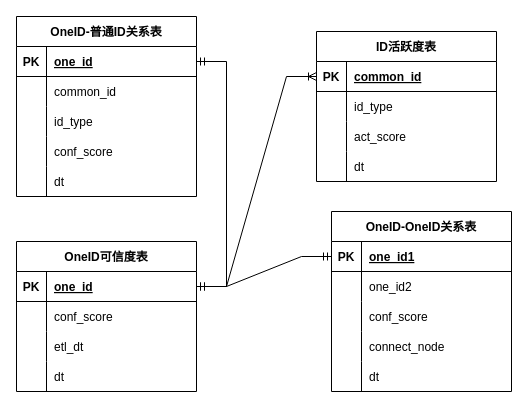
Earlier version of the draw.io diagram 未命名绘图.drawio (pjy12345611/-1). Source tidied: cells renumbered, new cells numbered last; positions are measured from the earlier drawing's top-left corner, leaving out a move shared by most shapes. Both pictures are drawn from the tidied source at 100%, with x=0, y=0 at pixel (16, 16).
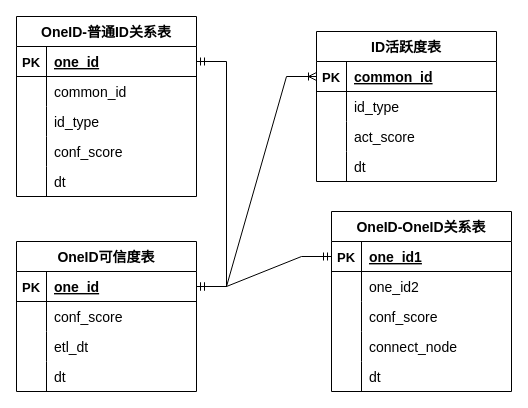
After the change.

Commit message:
更新未命名绘图.drawio

The change refers to these unchanged cells:
```xml
<mxCell id="3" style="shape=tableRow;horizontal=0;startSize=0;swimlaneHead=0;swimlaneBody=0;fillColor=none;points=[[0,0.5],[1,0.5]];portConstraint=eastwest;top=0;left=0;right=0;bottom=1;" parent="2" vertex="1">
  <mxGeometry y="30" width="180" height="30" as="geometry" />
</mxCell>
<mxCell id="6" style="shape=tableRow;horizontal=0;startSize=0;swimlaneHead=0;swimlaneBody=0;fillColor=none;top=0;left=0;right=0;bottom=0;" parent="2" vertex="1">
  <mxGeometry y="60" width="180" height="30" as="geometry" />
</mxCell>
<mxCell id="9" style="shape=tableRow;horizontal=0;startSize=0;swimlaneHead=0;swimlaneBody=0;fillColor=none;top=0;left=0;right=0;bottom=0;" parent="2" vertex="1">
  <mxGeometry y="90" width="180" height="30" as="geometry" />
</mxCell>
<mxCell id="12" style="shape=tableRow;horizontal=0;startSize=0;swimlaneHead=0;swimlaneBody=0;fillColor=none;top=0;left=0;right=0;bottom=0;" parent="2" vertex="1">
  <mxGeometry y="120" width="180" height="30" as="geometry" />
</mxCell>
<mxCell id="16" style="shape=tableRow;horizontal=0;startSize=0;swimlaneHead=0;swimlaneBody=0;fillColor=none;points=[[0,0.5],[1,0.5]];portConstraint=eastwest;top=0;left=0;right=0;bottom=1;" parent="15" vertex="1">
  <mxGeometry y="30" width="180" height="30" as="geometry" />
</mxCell>
<mxCell id="19" style="shape=tableRow;horizontal=0;startSize=0;swimlaneHead=0;swimlaneBody=0;fillColor=none;top=0;left=0;right=0;bottom=0;" parent="15" vertex="1">
  <mxGeometry y="60" width="180" height="30" as="geometry" />
</mxCell>
<mxCell id="22" style="shape=tableRow;horizontal=0;startSize=0;swimlaneHead=0;swimlaneBody=0;fillColor=none;top=0;left=0;right=0;bottom=0;" parent="15" vertex="1">
  <mxGeometry y="90" width="180" height="30" as="geometry" />
</mxCell>
<mxCell id="25" style="shape=tableRow;horizontal=0;startSize=0;swimlaneHead=0;swimlaneBody=0;fillColor=none;top=0;left=0;right=0;bottom=0;" parent="15" vertex="1">
  <mxGeometry y="120" width="180" height="30" as="geometry" />
</mxCell>
<mxCell id="29" style="shape=tableRow;horizontal=0;startSize=0;swimlaneHead=0;swimlaneBody=0;fillColor=none;points=[[0,0.5],[1,0.5]];portConstraint=eastwest;top=0;left=0;right=0;bottom=1;" parent="28" vertex="1">
  <mxGeometry y="30" width="180" height="30" as="geometry" />
</mxCell>
<mxCell id="32" style="shape=tableRow;horizontal=0;startSize=0;swimlaneHead=0;swimlaneBody=0;fillColor=none;top=0;left=0;right=0;bottom=0;" parent="28" vertex="1">
  <mxGeometry y="60" width="180" height="30" as="geometry" />
</mxCell>
<mxCell id="35" style="shape=tableRow;horizontal=0;startSize=0;swimlaneHead=0;swimlaneBody=0;fillColor=none;top=0;left=0;right=0;bottom=0;" parent="28" vertex="1">
  <mxGeometry y="90" width="180" height="30" as="geometry" />
</mxCell>
<mxCell id="38" style="shape=tableRow;horizontal=0;startSize=0;swimlaneHead=0;swimlaneBody=0;fillColor=none;top=0;left=0;right=0;bottom=0;" parent="28" vertex="1">
  <mxGeometry y="120" width="180" height="30" as="geometry" />
</mxCell>
<mxCell id="41" style="shape=tableRow;horizontal=0;startSize=0;swimlaneHead=0;swimlaneBody=0;fillColor=none;top=0;left=0;right=0;bottom=0;" parent="28" vertex="1">
  <mxGeometry y="150" width="180" height="30" as="geometry" />
</mxCell>
<mxCell id="45" style="shape=tableRow;horizontal=0;startSize=0;swimlaneHead=0;swimlaneBody=0;fillColor=none;points=[[0,0.5],[1,0.5]];portConstraint=eastwest;top=0;left=0;right=0;bottom=1;" parent="44" vertex="1">
  <mxGeometry y="30" width="180" height="30" as="geometry" />
</mxCell>
<mxCell id="48" style="shape=tableRow;horizontal=0;startSize=0;swimlaneHead=0;swimlaneBody=0;fillColor=none;top=0;left=0;right=0;bottom=0;" parent="44" vertex="1">
  <mxGeometry y="60" width="180" height="30" as="geometry" />
</mxCell>
<mxCell id="51" style="shape=tableRow;horizontal=0;startSize=0;swimlaneHead=0;swimlaneBody=0;fillColor=none;top=0;left=0;right=0;bottom=0;" parent="44" vertex="1">
  <mxGeometry y="90" width="180" height="30" as="geometry" />
</mxCell>
<mxCell id="54" style="shape=tableRow;horizontal=0;startSize=0;swimlaneHead=0;swimlaneBody=0;fillColor=none;top=0;left=0;right=0;bottom=0;" parent="44" vertex="1">
  <mxGeometry y="120" width="180" height="30" as="geometry" />
</mxCell>
<mxCell id="57" style="shape=tableRow;horizontal=0;startSize=0;swimlaneHead=0;swimlaneBody=0;fillColor=none;top=0;left=0;right=0;bottom=0;" parent="44" vertex="1">
  <mxGeometry y="150" width="180" height="30" as="geometry" />
</mxCell>
```

What changed in the source:
```diff
@@
-    <mxCell id="2" value="OneID可信度表" style="shape=table;startSize=30;childLayout=tableLayout;rowLines=0;fontStyle=1;align=center;" parent="1" vertex="1">
+    <mxCell id="2" value="OneID可信度表" style="shape=table;startSize=30;childLayout=tableLayout;rowLines=0;fontStyle=1;align=center;fontSize=14;" parent="1" vertex="1">
       <mxGeometry y="225" width="180" height="150" as="geometry" />
     </mxCell>
@@
-    <mxCell id="4" value="PK" style="shape=partialRectangle;fillColor=none;top=0;left=0;bottom=0;right=0;fontStyle=1;overflow=hidden;" parent="3" vertex="1">
+    <mxCell id="4" value="PK" style="shape=partialRectangle;fillColor=none;top=0;left=0;bottom=0;right=0;fontStyle=1;overflow=hidden;fontSize=13;" parent="3" vertex="1">
       <mxGeometry width="30" height="30" as="geometry" />
     </mxCell>
-    <mxCell id="5" value="one_id" style="shape=partialRectangle;fillColor=none;top=0;left=0;bottom=0;right=0;align=left;spacingLeft=6;fontStyle=5;overflow=hidden;" parent="3" vertex="1">
+    <mxCell id="5" value="one_id" style="shape=partialRectangle;fillColor=none;top=0;left=0;bottom=0;right=0;align=left;spacingLeft=6;fontStyle=5;overflow=hidden;fontSize=14;" parent="3" vertex="1">
       <mxGeometry x="30" width="150" height="30" as="geometry" />
     </mxCell>
@@
-    <mxCell id="8" value="conf_score" style="shape=partialRectangle;fillColor=none;top=0;left=0;bottom=0;right=0;align=left;spacingLeft=6;overflow=hidden;" parent="6" vertex="1">
+    <mxCell id="8" value="conf_score" style="shape=partialRectangle;fillColor=none;top=0;left=0;bottom=0;right=0;align=left;spacingLeft=6;overflow=hidden;fontSize=14;" parent="6" vertex="1">
       <mxGeometry x="30" width="150" height="30" as="geometry" />
     </mxCell>
@@
-    <mxCell id="11" value="etl_dt" style="shape=partialRectangle;fillColor=none;top=0;left=0;bottom=0;right=0;align=left;spacingLeft=6;overflow=hidden;" parent="9" vertex="1">
+    <mxCell id="11" value="etl_dt" style="shape=partialRectangle;fillColor=none;top=0;left=0;bottom=0;right=0;align=left;spacingLeft=6;overflow=hidden;fontSize=14;" parent="9" vertex="1">
       <mxGeometry x="30" width="150" height="30" as="geometry" />
     </mxCell>
@@
-    <mxCell id="14" value="dt" style="shape=partialRectangle;fillColor=none;top=0;left=0;bottom=0;right=0;align=left;spacingLeft=6;overflow=hidden;" parent="12" vertex="1">
+    <mxCell id="14" value="dt" style="shape=partialRectangle;fillColor=none;top=0;left=0;bottom=0;right=0;align=left;spacingLeft=6;overflow=hidden;fontSize=14;" parent="12" vertex="1">
       <mxGeometry x="30" width="150" height="30" as="geometry" />
     </mxCell>
-    <mxCell id="15" value="ID活跃度表" style="shape=table;startSize=30;childLayout=tableLayout;rowLines=0;fontStyle=1;align=center;" parent="1" vertex="1">
+    <mxCell id="15" value="ID活跃度表" style="shape=table;startSize=30;childLayout=tableLayout;rowLines=0;fontStyle=1;align=center;fontSize=14;" parent="1" vertex="1">
       <mxGeometry x="300" y="15" width="180" height="150" as="geometry" />
     </mxCell>
@@
-    <mxCell id="17" value="PK" style="shape=partialRectangle;fillColor=none;top=0;left=0;bottom=0;right=0;fontStyle=1;overflow=hidden;" parent="16" vertex="1">
+    <mxCell id="17" value="PK" style="shape=partialRectangle;fillColor=none;top=0;left=0;bottom=0;right=0;fontStyle=1;overflow=hidden;fontSize=13;" parent="16" vertex="1">
       <mxGeometry width="30" height="30" as="geometry" />
     </mxCell>
-    <mxCell id="18" value="common_id" style="shape=partialRectangle;fillColor=none;top=0;left=0;bottom=0;right=0;align=left;spacingLeft=6;fontStyle=5;overflow=hidden;" parent="16" vertex="1">
+    <mxCell id="18" value="common_id" style="shape=partialRectangle;fillColor=none;top=0;left=0;bottom=0;right=0;align=left;spacingLeft=6;fontStyle=5;overflow=hidden;fontSize=14;" parent="16" vertex="1">
       <mxGeometry x="30" width="150" height="30" as="geometry" />
     </mxCell>
@@
-    <mxCell id="21" value="id_type" style="shape=partialRectangle;fillColor=none;top=0;left=0;bottom=0;right=0;align=left;spacingLeft=6;overflow=hidden;" parent="19" vertex="1">
+    <mxCell id="21" value="id_type" style="shape=partialRectangle;fillColor=none;top=0;left=0;bottom=0;right=0;align=left;spacingLeft=6;overflow=hidden;fontSize=14;" parent="19" vertex="1">
       <mxGeometry x="30" width="150" height="30" as="geometry" />
     </mxCell>
@@
-    <mxCell id="24" value="act_score" style="shape=partialRectangle;fillColor=none;top=0;left=0;bottom=0;right=0;align=left;spacingLeft=6;overflow=hidden;" parent="22" vertex="1">
+    <mxCell id="24" value="act_score" style="shape=partialRectangle;fillColor=none;top=0;left=0;bottom=0;right=0;align=left;spacingLeft=6;overflow=hidden;fontSize=14;" parent="22" vertex="1">
       <mxGeometry x="30" width="150" height="30" as="geometry" />
     </mxCell>
@@
-    <mxCell id="27" value="dt" style="shape=partialRectangle;fillColor=none;top=0;left=0;bottom=0;right=0;align=left;spacingLeft=6;overflow=hidden;" parent="25" vertex="1">
+    <mxCell id="27" value="dt" style="shape=partialRectangle;fillColor=none;top=0;left=0;bottom=0;right=0;align=left;spacingLeft=6;overflow=hidden;fontSize=14;" parent="25" vertex="1">
       <mxGeometry x="30" width="150" height="30" as="geometry" />
     </mxCell>
-    <mxCell id="28" value="OneID-OneID关系表" style="shape=table;startSize=30;childLayout=tableLayout;rowLines=0;fontStyle=1;align=center;" parent="1" vertex="1">
+    <mxCell id="28" value="OneID-OneID关系表" style="shape=table;startSize=30;childLayout=tableLayout;rowLines=0;fontStyle=1;align=center;fontSize=14;" parent="1" vertex="1">
       <mxGeometry x="315" y="195" width="180" height="180" as="geometry" />
     </mxCell>
@@
-    <mxCell id="30" value="PK" style="shape=partialRectangle;fillColor=none;top=0;left=0;bottom=0;right=0;fontStyle=1;overflow=hidden;" parent="29" vertex="1">
+    <mxCell id="30" value="PK" style="shape=partialRectangle;fillColor=none;top=0;left=0;bottom=0;right=0;fontStyle=1;overflow=hidden;fontSize=13;" parent="29" vertex="1">
       <mxGeometry width="30" height="30" as="geometry" />
     </mxCell>
-    <mxCell id="31" value="one_id1" style="shape=partialRectangle;fillColor=none;top=0;left=0;bottom=0;right=0;align=left;spacingLeft=6;fontStyle=5;overflow=hidden;" parent="29" vertex="1">
+    <mxCell id="31" value="one_id1" style="shape=partialRectangle;fillColor=none;top=0;left=0;bottom=0;right=0;align=left;spacingLeft=6;fontStyle=5;overflow=hidden;fontSize=14;" parent="29" vertex="1">
       <mxGeometry x="30" width="150" height="30" as="geometry" />
     </mxCell>
@@
-    <mxCell id="34" value="one_id2" style="shape=partialRectangle;fillColor=none;top=0;left=0;bottom=0;right=0;align=left;spacingLeft=6;overflow=hidden;" parent="32" vertex="1">
+    <mxCell id="34" value="one_id2" style="shape=partialRectangle;fillColor=none;top=0;left=0;bottom=0;right=0;align=left;spacingLeft=6;overflow=hidden;fontSize=14;" parent="32" vertex="1">
       <mxGeometry x="30" width="150" height="30" as="geometry" />
     </mxCell>
@@
-    <mxCell id="37" value="conf_score" style="shape=partialRectangle;fillColor=none;top=0;left=0;bottom=0;right=0;align=left;spacingLeft=6;overflow=hidden;" parent="35" vertex="1">
+    <mxCell id="37" value="conf_score" style="shape=partialRectangle;fillColor=none;top=0;left=0;bottom=0;right=0;align=left;spacingLeft=6;overflow=hidden;fontSize=14;" parent="35" vertex="1">
       <mxGeometry x="30" width="150" height="30" as="geometry" />
     </mxCell>
@@
-    <mxCell id="40" value="connect_node" style="shape=partialRectangle;fillColor=none;top=0;left=0;bottom=0;right=0;align=left;spacingLeft=6;overflow=hidden;" parent="38" vertex="1">
+    <mxCell id="40" value="connect_node" style="shape=partialRectangle;fillColor=none;top=0;left=0;bottom=0;right=0;align=left;spacingLeft=6;overflow=hidden;fontSize=14;" parent="38" vertex="1">
       <mxGeometry x="30" width="150" height="30" as="geometry" />
     </mxCell>
@@
-    <mxCell id="43" value="dt" style="shape=partialRectangle;fillColor=none;top=0;left=0;bottom=0;right=0;align=left;spacingLeft=6;overflow=hidden;" parent="41" vertex="1">
+    <mxCell id="43" value="dt" style="shape=partialRectangle;fillColor=none;top=0;left=0;bottom=0;right=0;align=left;spacingLeft=6;overflow=hidden;fontSize=14;" parent="41" vertex="1">
       <mxGeometry x="30" width="150" height="30" as="geometry" />
     </mxCell>
-    <mxCell id="44" value="OneID-普通ID关系表" style="shape=table;startSize=30;childLayout=tableLayout;rowLines=0;fontStyle=1;align=center;" parent="1" vertex="1">
+    <mxCell id="44" value="OneID-普通ID关系表" style="shape=table;startSize=30;childLayout=tableLayout;rowLines=0;fontStyle=1;align=center;fontSize=14;" parent="1" vertex="1">
       <mxGeometry width="180" height="180" as="geometry" />
     </mxCell>
@@
-    <mxCell id="46" value="PK" style="shape=partialRectangle;fillColor=none;top=0;left=0;bottom=0;right=0;fontStyle=1;overflow=hidden;" parent="45" vertex="1">
+    <mxCell id="46" value="PK" style="shape=partialRectangle;fillColor=none;top=0;left=0;bottom=0;right=0;fontStyle=1;overflow=hidden;fontSize=13;" parent="45" vertex="1">
       <mxGeometry width="30" height="30" as="geometry" />
     </mxCell>
-    <mxCell id="47" value="one_id" style="shape=partialRectangle;fillColor=none;top=0;left=0;bottom=0;right=0;align=left;spacingLeft=6;fontStyle=5;overflow=hidden;" parent="45" vertex="1">
+    <mxCell id="47" value="one_id" style="shape=partialRectangle;fillColor=none;top=0;left=0;bottom=0;right=0;align=left;spacingLeft=6;fontStyle=5;overflow=hidden;fontSize=14;" parent="45" vertex="1">
       <mxGeometry x="30" width="150" height="30" as="geometry" />
     </mxCell>
@@
-    <mxCell id="50" value="common_id" style="shape=partialRectangle;fillColor=none;top=0;left=0;bottom=0;right=0;align=left;spacingLeft=6;overflow=hidden;" parent="48" vertex="1">
+    <mxCell id="50" value="common_id" style="shape=partialRectangle;fillColor=none;top=0;left=0;bottom=0;right=0;align=left;spacingLeft=6;overflow=hidden;fontSize=14;" parent="48" vertex="1">
       <mxGeometry x="30" width="150" height="30" as="geometry" />
     </mxCell>
@@
-    <mxCell id="53" value="id_type" style="shape=partialRectangle;fillColor=none;top=0;left=0;bottom=0;right=0;align=left;spacingLeft=6;overflow=hidden;" parent="51" vertex="1">
+    <mxCell id="53" value="id_type" style="shape=partialRectangle;fillColor=none;top=0;left=0;bottom=0;right=0;align=left;spacingLeft=6;overflow=hidden;fontSize=14;" parent="51" vertex="1">
       <mxGeometry x="30" width="150" height="30" as="geometry" />
     </mxCell>
@@
-    <mxCell id="56" value="conf_score" style="shape=partialRectangle;fillColor=none;top=0;left=0;bottom=0;right=0;align=left;spacingLeft=6;overflow=hidden;" parent="54" vertex="1">
+    <mxCell id="56" value="conf_score" style="shape=partialRectangle;fillColor=none;top=0;left=0;bottom=0;right=0;align=left;spacingLeft=6;overflow=hidden;fontSize=14;" parent="54" vertex="1">
       <mxGeometry x="30" width="150" height="30" as="geometry" />
     </mxCell>
@@
-    <mxCell id="59" value="dt" style="shape=partialRectangle;fillColor=none;top=0;left=0;bottom=0;right=0;align=left;spacingLeft=6;overflow=hidden;" parent="57" vertex="1">
+    <mxCell id="59" value="dt" style="shape=partialRectangle;fillColor=none;top=0;left=0;bottom=0;right=0;align=left;spacingLeft=6;overflow=hidden;fontSize=14;" parent="57" vertex="1">
       <mxGeometry x="30" width="150" height="30" as="geometry" />
     </mxCell>
```
